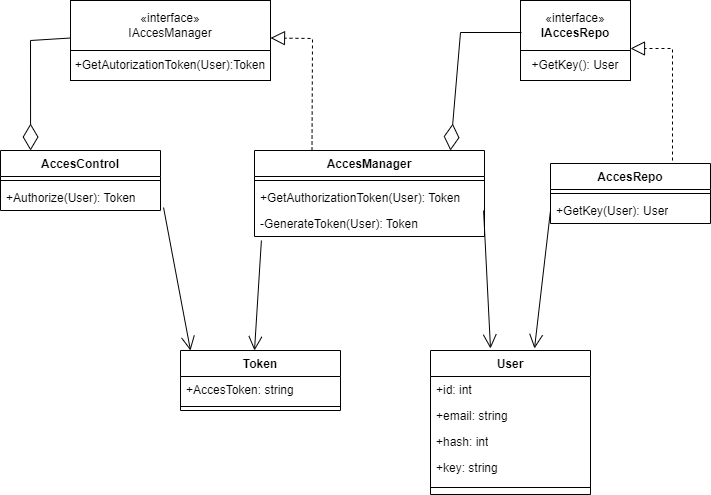
The draw.io diagram robot/UMLAutoriz.png in Vadim-Grender/architecture, before a commit. Source tidied: cells renumbered, new cells last; positions are measured from the earlier drawing's top-left corner, leaving out a move shared by most shapes. Source of this version:
```xml
<mxGraphModel>
  <root>
    <mxCell id="0" />
    <mxCell id="1" parent="0" />
    <mxCell id="2" value="«interface»&lt;br&gt;IAccesManager" style="html=1;whiteSpace=wrap;" parent="1" vertex="1">
      <mxGeometry x="70" width="200" height="50" as="geometry" />
    </mxCell>
    <mxCell id="3" value="«interface»&lt;br&gt;&lt;b&gt;IAccesRepo&lt;/b&gt;" style="html=1;whiteSpace=wrap;" parent="1" vertex="1">
      <mxGeometry x="520" width="110" height="50" as="geometry" />
    </mxCell>
    <mxCell id="4" value="AccesManager" style="swimlane;fontStyle=1;align=center;verticalAlign=top;horizontal=1;startSize=26;whiteSpace=wrap;html=1;" parent="1" vertex="1">
      <mxGeometry x="254" y="150" width="230" height="86" as="geometry" />
    </mxCell>
    <mxCell id="5" style="line;strokeWidth=1;fillColor=none;align=left;verticalAlign=middle;spacingTop=-1;spacingLeft=3;spacingRight=3;labelPosition=right;strokeColor=inherit;" parent="4" vertex="1">
      <mxGeometry y="26" width="230" height="8" as="geometry" />
    </mxCell>
    <mxCell id="6" value="+GetAuthorizationToken(User): Token" style="text;strokeColor=none;fillColor=none;align=left;verticalAlign=top;spacingLeft=4;spacingRight=4;overflow=hidden;whiteSpace=wrap;html=1;" parent="4" vertex="1">
      <mxGeometry y="34" width="230" height="26" as="geometry" />
    </mxCell>
    <mxCell id="7" value="-GenerateToken(User): Token" style="text;strokeColor=none;fillColor=none;align=left;verticalAlign=top;spacingLeft=4;spacingRight=4;overflow=hidden;points=[[0,0.5],[1,0.5]];portConstraint=eastwest;whiteSpace=wrap;html=1;" parent="4" vertex="1">
      <mxGeometry y="60" width="230" height="26" as="geometry" />
    </mxCell>
    <mxCell id="8" value="AccesRepo" style="swimlane;fontStyle=1;align=center;verticalAlign=top;horizontal=1;startSize=26;whiteSpace=wrap;html=1;" parent="1" vertex="1">
      <mxGeometry x="550" y="163" width="160" height="60" as="geometry" />
    </mxCell>
    <mxCell id="9" style="line;strokeWidth=1;fillColor=none;align=left;verticalAlign=middle;spacingTop=-1;spacingLeft=3;spacingRight=3;labelPosition=right;strokeColor=inherit;" parent="8" vertex="1">
      <mxGeometry y="26" width="160" height="8" as="geometry" />
    </mxCell>
    <mxCell id="10" value="+GetKey(User): User" style="text;strokeColor=none;fillColor=none;align=left;verticalAlign=top;spacingLeft=4;spacingRight=4;overflow=hidden;points=[[0,0.5],[1,0.5]];portConstraint=eastwest;whiteSpace=wrap;html=1;" parent="8" vertex="1">
      <mxGeometry y="34" width="160" height="26" as="geometry" />
    </mxCell>
    <mxCell id="11" value="AccesControl" style="swimlane;fontStyle=1;align=center;verticalAlign=top;horizontal=1;startSize=26;whiteSpace=wrap;html=1;" parent="1" vertex="1">
      <mxGeometry y="150" width="160" height="60" as="geometry" />
    </mxCell>
    <mxCell id="12" style="line;strokeWidth=1;fillColor=none;align=left;verticalAlign=middle;spacingTop=-1;spacingLeft=3;spacingRight=3;labelPosition=right;strokeColor=inherit;" parent="11" vertex="1">
      <mxGeometry y="26" width="160" height="8" as="geometry" />
    </mxCell>
    <mxCell id="13" value="+Authorize(User): Token" style="text;strokeColor=none;fillColor=none;align=left;verticalAlign=top;spacingLeft=4;spacingRight=4;overflow=hidden;points=[[0,0.5],[1,0.5]];portConstraint=eastwest;whiteSpace=wrap;html=1;" parent="11" vertex="1">
      <mxGeometry y="34" width="160" height="26" as="geometry" />
    </mxCell>
    <mxCell id="14" value="Token" style="swimlane;fontStyle=1;align=center;verticalAlign=top;horizontal=1;startSize=26;whiteSpace=wrap;html=1;" parent="1" vertex="1">
      <mxGeometry x="180" y="350" width="160" height="60" as="geometry" />
    </mxCell>
    <mxCell id="15" value="+AccesToken: string" style="text;strokeColor=none;fillColor=none;align=left;verticalAlign=top;spacingLeft=4;spacingRight=4;overflow=hidden;whiteSpace=wrap;html=1;" parent="14" vertex="1">
      <mxGeometry y="26" width="160" height="26" as="geometry" />
    </mxCell>
    <mxCell id="16" style="line;strokeWidth=1;fillColor=none;align=left;verticalAlign=middle;spacingTop=-1;spacingLeft=3;spacingRight=3;labelPosition=right;strokeColor=inherit;" parent="14" vertex="1">
      <mxGeometry y="52" width="160" height="8" as="geometry" />
    </mxCell>
    <mxCell id="17" value="User" style="swimlane;fontStyle=1;align=center;verticalAlign=top;horizontal=1;startSize=26;whiteSpace=wrap;html=1;" parent="1" vertex="1">
      <mxGeometry x="430" y="350" width="160" height="144" as="geometry" />
    </mxCell>
    <mxCell id="18" value="+id: int" style="text;strokeColor=none;fillColor=none;align=left;verticalAlign=top;spacingLeft=4;spacingRight=4;overflow=hidden;whiteSpace=wrap;html=1;" parent="17" vertex="1">
      <mxGeometry y="26" width="160" height="26" as="geometry" />
    </mxCell>
    <mxCell id="19" value="+email: string" style="text;strokeColor=none;fillColor=none;align=left;verticalAlign=top;spacingLeft=4;spacingRight=4;overflow=hidden;whiteSpace=wrap;html=1;" parent="17" vertex="1">
      <mxGeometry y="52" width="160" height="26" as="geometry" />
    </mxCell>
    <mxCell id="20" value="+hash: int" style="text;strokeColor=none;fillColor=none;align=left;verticalAlign=top;spacingLeft=4;spacingRight=4;overflow=hidden;whiteSpace=wrap;html=1;" parent="17" vertex="1">
      <mxGeometry y="78" width="160" height="26" as="geometry" />
    </mxCell>
    <mxCell id="21" value="+key: string" style="text;strokeColor=none;fillColor=none;align=left;verticalAlign=top;spacingLeft=4;spacingRight=4;overflow=hidden;whiteSpace=wrap;html=1;" parent="17" vertex="1">
      <mxGeometry y="104" width="160" height="26" as="geometry" />
    </mxCell>
    <mxCell id="22" style="line;strokeWidth=1;fillColor=none;align=left;verticalAlign=middle;spacingTop=-1;spacingLeft=3;spacingRight=3;labelPosition=right;strokeColor=inherit;" parent="17" vertex="1">
      <mxGeometry y="130" width="160" height="14" as="geometry" />
    </mxCell>
    <mxCell id="23" value="+GetKey(): User" style="html=1;whiteSpace=wrap;" parent="1" vertex="1">
      <mxGeometry x="520" y="50" width="110" height="30" as="geometry" />
    </mxCell>
    <mxCell id="24" value="+GetAutorizationToken(User):Token" style="html=1;whiteSpace=wrap;" parent="1" vertex="1">
      <mxGeometry x="70" y="50" width="200" height="30" as="geometry" />
    </mxCell>
    <mxCell id="25" style="endArrow=diamondThin;endFill=0;endSize=24;html=1;rounded=0;exitX=0;exitY=0.75;exitDx=0;exitDy=0;entryX=0.188;entryY=0;entryDx=0;entryDy=0;entryPerimeter=0;" parent="1" edge="1" source="2" target="11">
      <mxGeometry relative="1" as="geometry">
        <Array as="points">
          <mxPoint x="30" y="40" />
        </Array>
      </mxGeometry>
    </mxCell>
    <mxCell id="26" style="endArrow=diamondThin;endFill=0;endSize=24;html=1;rounded=0;exitX=0.009;exitY=0.64;exitDx=0;exitDy=0;exitPerimeter=0;entryX=0.852;entryY=0;entryDx=0;entryDy=0;entryPerimeter=0;" parent="1" edge="1" source="3" target="4">
      <mxGeometry relative="1" as="geometry">
        <Array as="points">
          <mxPoint x="460" y="32" />
        </Array>
      </mxGeometry>
    </mxCell>
    <mxCell id="27" style="endArrow=block;dashed=1;endFill=0;endSize=12;html=1;rounded=0;exitX=0.25;exitY=0;exitDx=0;exitDy=0;entryX=1;entryY=0.75;entryDx=0;entryDy=0;" parent="1" edge="1" source="4" target="2">
      <mxGeometry relative="1" as="geometry">
        <Array as="points">
          <mxPoint x="312" y="38" />
        </Array>
      </mxGeometry>
    </mxCell>
    <mxCell id="28" style="endArrow=block;dashed=1;endFill=0;endSize=12;html=1;rounded=0;exitX=0.25;exitY=0;exitDx=0;exitDy=0;entryX=1;entryY=0.75;entryDx=0;entryDy=0;" parent="1" edge="1">
      <mxGeometry relative="1" as="geometry">
        <mxPoint x="672" y="160" as="sourcePoint" />
        <mxPoint x="630" y="48" as="targetPoint" />
        <Array as="points">
          <mxPoint x="672" y="48" />
        </Array>
      </mxGeometry>
    </mxCell>
    <mxCell id="29" style="endArrow=open;endFill=1;endSize=12;html=1;rounded=0;exitX=0;exitY=0.5;exitDx=0;exitDy=0;entryX=0.65;entryY=-0.014;entryDx=0;entryDy=0;entryPerimeter=0;" parent="1" edge="1" source="10" target="17">
      <mxGeometry relative="1" as="geometry" />
    </mxCell>
    <mxCell id="30" style="endArrow=open;endFill=1;endSize=12;html=1;rounded=0;exitX=0.996;exitY=0;exitDx=0;exitDy=0;entryX=0.65;entryY=-0.014;entryDx=0;entryDy=0;entryPerimeter=0;exitPerimeter=0;" parent="1" edge="1" source="7">
      <mxGeometry relative="1" as="geometry">
        <mxPoint x="490" y="348" as="targetPoint" />
      </mxGeometry>
    </mxCell>
    <mxCell id="31" style="endArrow=open;endFill=1;endSize=12;html=1;rounded=0;exitX=0.03;exitY=1.154;exitDx=0;exitDy=0;entryX=0.65;entryY=-0.014;entryDx=0;entryDy=0;entryPerimeter=0;exitPerimeter=0;" parent="1" edge="1" source="7">
      <mxGeometry relative="1" as="geometry">
        <mxPoint x="254" y="350" as="targetPoint" />
      </mxGeometry>
    </mxCell>
    <mxCell id="32" style="endArrow=open;endFill=1;endSize=12;html=1;rounded=0;exitX=1.019;exitY=0.885;exitDx=0;exitDy=0;entryX=0.65;entryY=-0.014;entryDx=0;entryDy=0;entryPerimeter=0;exitPerimeter=0;" parent="1" edge="1" source="13">
      <mxGeometry relative="1" as="geometry">
        <mxPoint x="190" y="350" as="targetPoint" />
      </mxGeometry>
    </mxCell>
  </root>
</mxGraphModel>
```
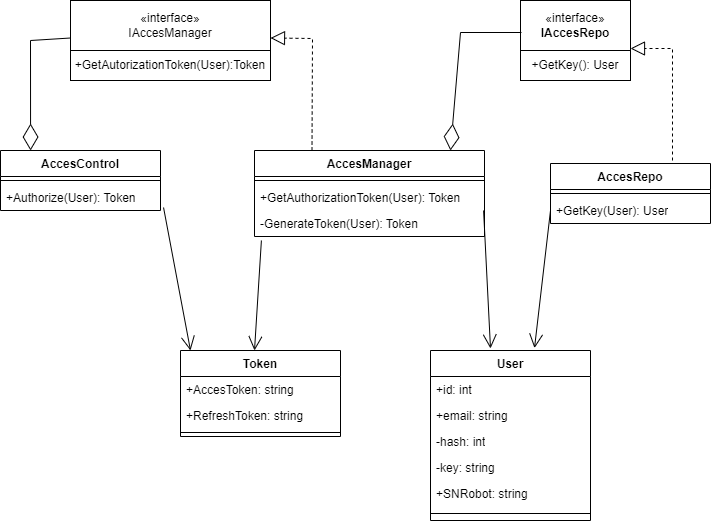
The same diagram one commit later.

The edit, as a diff of the source:
```diff
@@ -39,16 +39,19 @@
       <mxGeometry y="34" width="160" height="26" as="geometry" />
     </mxCell>
     <mxCell id="14" value="Token" style="swimlane;fontStyle=1;align=center;verticalAlign=top;horizontal=1;startSize=26;whiteSpace=wrap;html=1;" parent="1" vertex="1">
-      <mxGeometry x="180" y="350" width="160" height="60" as="geometry" />
+      <mxGeometry x="180" y="350" width="160" height="86" as="geometry" />
     </mxCell>
     <mxCell id="15" value="+AccesToken: string" style="text;strokeColor=none;fillColor=none;align=left;verticalAlign=top;spacingLeft=4;spacingRight=4;overflow=hidden;whiteSpace=wrap;html=1;" parent="14" vertex="1">
       <mxGeometry y="26" width="160" height="26" as="geometry" />
     </mxCell>
+    <mxCell id="33" value="+RefreshToken: string" style="text;strokeColor=none;fillColor=none;align=left;verticalAlign=top;spacingLeft=4;spacingRight=4;overflow=hidden;whiteSpace=wrap;html=1;" parent="14" vertex="1">
+      <mxGeometry y="52" width="160" height="26" as="geometry" />
+    </mxCell>
     <mxCell id="16" style="line;strokeWidth=1;fillColor=none;align=left;verticalAlign=middle;spacingTop=-1;spacingLeft=3;spacingRight=3;labelPosition=right;strokeColor=inherit;" parent="14" vertex="1">
-      <mxGeometry y="52" width="160" height="8" as="geometry" />
+      <mxGeometry y="78" width="160" height="8" as="geometry" />
     </mxCell>
     <mxCell id="17" value="User" style="swimlane;fontStyle=1;align=center;verticalAlign=top;horizontal=1;startSize=26;whiteSpace=wrap;html=1;" parent="1" vertex="1">
-      <mxGeometry x="430" y="350" width="160" height="144" as="geometry" />
+      <mxGeometry x="430" y="350" width="160" height="170" as="geometry" />
     </mxCell>
     <mxCell id="18" value="+id: int" style="text;strokeColor=none;fillColor=none;align=left;verticalAlign=top;spacingLeft=4;spacingRight=4;overflow=hidden;whiteSpace=wrap;html=1;" parent="17" vertex="1">
       <mxGeometry y="26" width="160" height="26" as="geometry" />
@@ -56,14 +59,17 @@
     <mxCell id="19" value="+email: string" style="text;strokeColor=none;fillColor=none;align=left;verticalAlign=top;spacingLeft=4;spacingRight=4;overflow=hidden;whiteSpace=wrap;html=1;" parent="17" vertex="1">
       <mxGeometry y="52" width="160" height="26" as="geometry" />
     </mxCell>
-    <mxCell id="20" value="+hash: int" style="text;strokeColor=none;fillColor=none;align=left;verticalAlign=top;spacingLeft=4;spacingRight=4;overflow=hidden;whiteSpace=wrap;html=1;" parent="17" vertex="1">
+    <mxCell id="20" value="-hash: int" style="text;strokeColor=none;fillColor=none;align=left;verticalAlign=top;spacingLeft=4;spacingRight=4;overflow=hidden;whiteSpace=wrap;html=1;" parent="17" vertex="1">
       <mxGeometry y="78" width="160" height="26" as="geometry" />
     </mxCell>
-    <mxCell id="21" value="+key: string" style="text;strokeColor=none;fillColor=none;align=left;verticalAlign=top;spacingLeft=4;spacingRight=4;overflow=hidden;whiteSpace=wrap;html=1;" parent="17" vertex="1">
+    <mxCell id="21" value="-key: string" style="text;strokeColor=none;fillColor=none;align=left;verticalAlign=top;spacingLeft=4;spacingRight=4;overflow=hidden;whiteSpace=wrap;html=1;" parent="17" vertex="1">
       <mxGeometry y="104" width="160" height="26" as="geometry" />
     </mxCell>
+    <mxCell id="34" value="+SNRobot: string" style="text;strokeColor=none;fillColor=none;align=left;verticalAlign=top;spacingLeft=4;spacingRight=4;overflow=hidden;whiteSpace=wrap;html=1;" parent="17" vertex="1">
+      <mxGeometry y="130" width="160" height="26" as="geometry" />
+    </mxCell>
     <mxCell id="22" style="line;strokeWidth=1;fillColor=none;align=left;verticalAlign=middle;spacingTop=-1;spacingLeft=3;spacingRight=3;labelPosition=right;strokeColor=inherit;" parent="17" vertex="1">
-      <mxGeometry y="130" width="160" height="14" as="geometry" />
+      <mxGeometry y="156" width="160" height="14" as="geometry" />
     </mxCell>
     <mxCell id="23" value="+GetKey(): User" style="html=1;whiteSpace=wrap;" parent="1" vertex="1">
       <mxGeometry x="520" y="50" width="110" height="30" as="geometry" />
```
